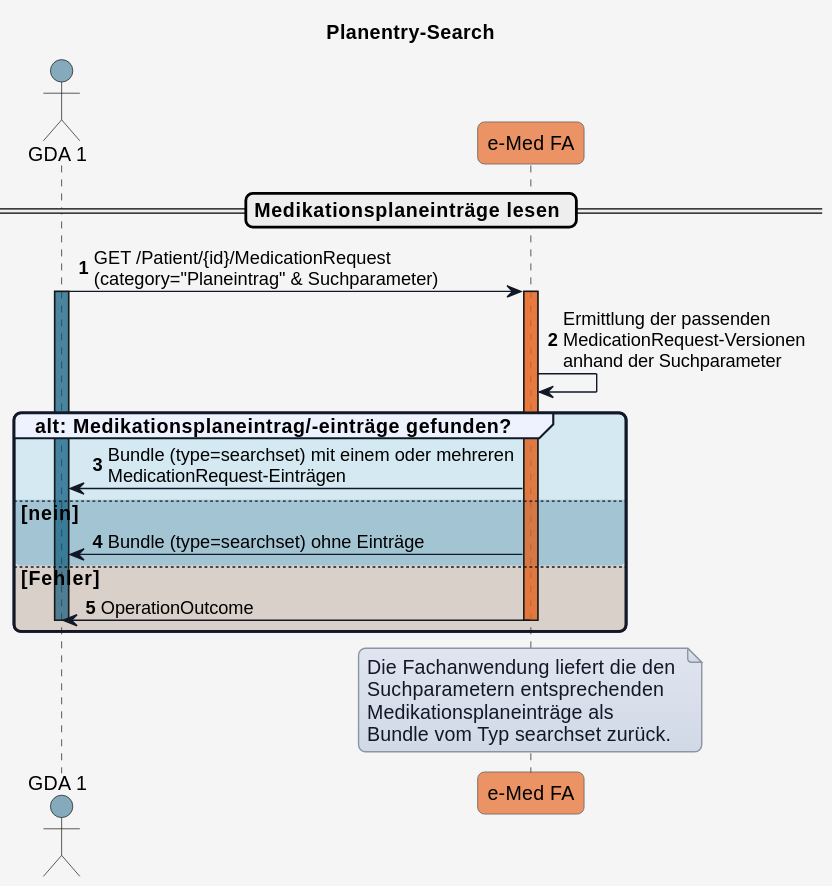
Before: r4-ELGA-e-Medikation-BO_rework_use_case/plantuml/UC_eMed_01_04.svg, a diagram exported from PlantUML (HL7Austria/hl7austria.github.io). Its diagram source:
```plantuml
@startuml
title Planentry-Search

skinparam borderColor #000000
skinparam backgroundColor #f5f5f5
skinparam shadowing false
skinparam roundCorner 10
skinparam defaultFontName "Arial"
skinparam defaultFontSize 14
skinparam defaultFontColor #000000
skinparam HyperlinkColor #0000EE
skinparam HyperlinkUnderline false
skinparam BoxPadding 20
skinparam BoxBorderColor #555555

skinparam note {
  BackgroundColor #e0e5f0-#d1d9e6
  BorderColor #8b95a5
  BorderThickness 1
  RoundCorner 0
  Padding 6
  FontColor #111827
  Shadowing false
}

skinparam sequence {
  ParticipantBorderColor #555555
  ParticipantBackgroundColor #ffffff
  ParticipantFontColor #000000
  ParticipantFontSize 14
  ParticipantPadding 20
  ArrowColor #111827
  ArrowThickness 1
  ArrowFontColor #000000
  ArrowFontSize 13
  GroupBorderColor #111827
  GroupBackgroundColor #eef2ff
  GroupBorderThickness 2
}

!define COLOR_GDA_1    #15608280
!define COLOR_PATIENT  #196B2480
!define COLOR_EMED_FA  #e97232bd

!define COLOR_OK       #0F9ED525
!define COLOR_OK_2     #34738d4e
!define COLOR_ERROR    #E9713235

actor GDA_1 as "GDA 1" COLOR_GDA_1
participant eMed_FA as "e-Med FA" COLOR_EMED_FA

autonumber

== Medikationsplaneinträge lesen ==

GDA_1 -> eMed_FA: GET /Patient/{id}/MedicationRequest\n(category="Planeintrag" & Suchparameter)
activate GDA_1 COLOR_GDA_1

activate eMed_FA COLOR_EMED_FA
eMed_FA -> eMed_FA: Ermittlung der passenden\nMedicationRequest-Versionen\nanhand der Suchparameter

group COLOR_OK alt: Medikationsplaneintrag/-einträge gefunden?
  eMed_FA -> GDA_1: Bundle (type=searchset) mit einem oder mehreren\nMedicationRequest-Einträgen
else COLOR_OK_2 nein
  eMed_FA -> GDA_1: Bundle (type=searchset) ohne Einträge
else COLOR_ERROR Fehler
  eMed_FA -> GDA_1: OperationOutcome
  deactivate GDA_1
  deactivate eMed_FA
end

note over eMed_FA
Die Fachanwendung liefert die den
Suchparametern entsprechenden
Medikationsplaneinträge als
Bundle vom Typ searchset zurück.
end note

deactivate GDA_1
deactivate eMed_FA
@enduml
```
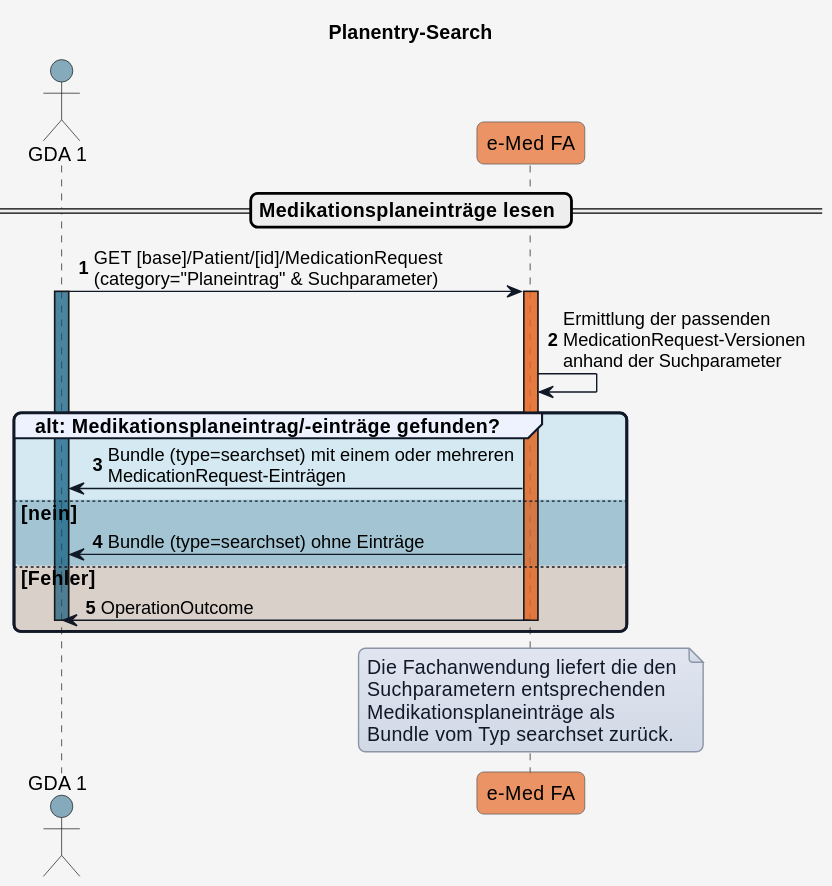
Later version of the same file.

Change to the diagram source:
```diff
@@ -53,7 +53,7 @@
 
 == Medikationsplaneinträge lesen ==
 
-GDA_1 -> eMed_FA: GET /Patient/{id}/MedicationRequest\n(category="Planeintrag" & Suchparameter)
+GDA_1 -> eMed_FA: GET [base]/Patient/[id]/MedicationRequest\n(category="Planeintrag" & Suchparameter)
 activate GDA_1 COLOR_GDA_1
 
 activate eMed_FA COLOR_EMED_FA
```
